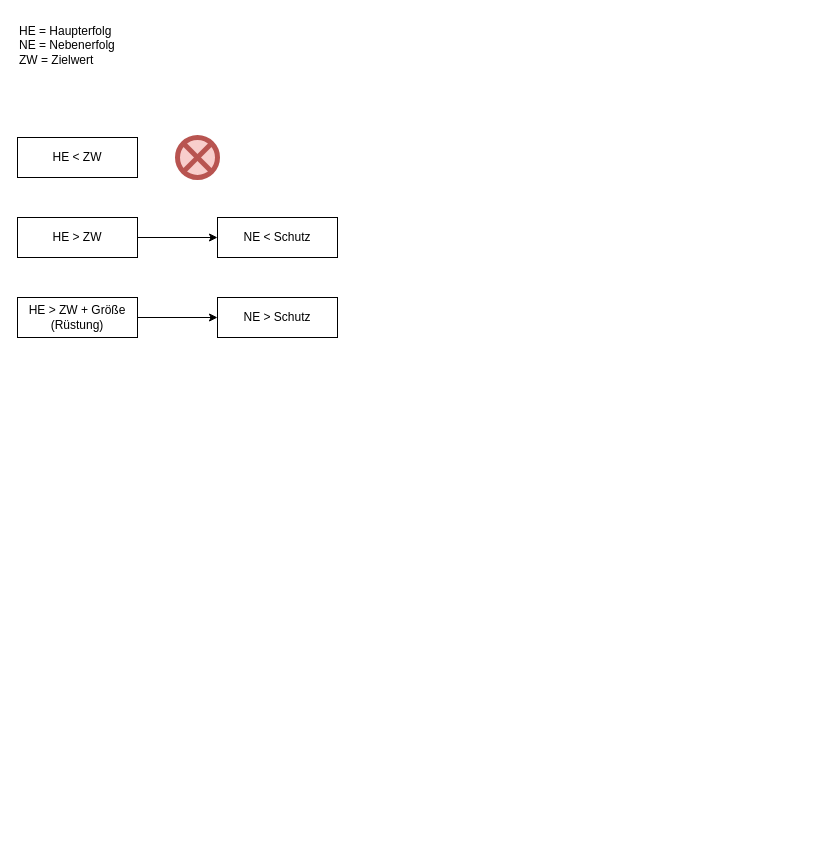
This is ds_damage_diagram.drawio from MalphasDev/diagrams, a draw.io file, before an edit. Source tidied: cells renumbered, new cells numbered last; positions are measured from the earlier drawing's top-left corner, leaving out a move shared by most shapes. Both pictures are drawn from the tidied source at 100%, with x=0, y=0 at pixel (17, 17).
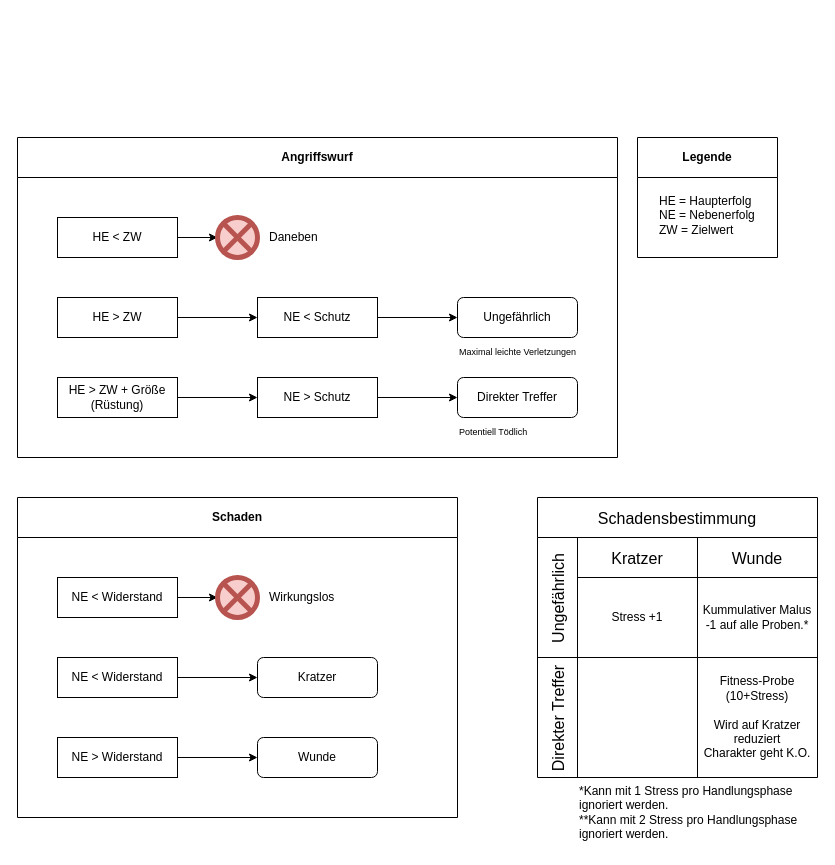
Above is the later version.

The edit, as a diff of the source:
```diff
@@
+    <mxCell id="11" value="&lt;div&gt;Angriffswurf&lt;/div&gt;" style="swimlane;whiteSpace=wrap;html=1;startSize=40;" parent="1" vertex="1">
+      <mxGeometry y="120" width="600" height="320" as="geometry" />
+    </mxCell>
+    <mxCell id="12" style="edgeStyle=orthogonalEdgeStyle;rounded=0;jettySize=auto;html=1;exitX=1;exitY=0.5;exitDx=0;exitDy=0;entryX=0;entryY=0.5;entryDx=0;entryDy=0;" parent="11" edge="1" source="2" target="13">
+      <mxGeometry relative="1" as="geometry" />
+    </mxCell>
-    <mxCell id="2" value="HE &amp;lt; ZW" style="rounded=0;whiteSpace=wrap;html=1;" parent="1" vertex="1">
-      <mxGeometry y="120" width="120" height="40" as="geometry" />
+    <mxCell id="2" value="HE &amp;lt; ZW" style="rounded=0;whiteSpace=wrap;html=1;" parent="11" vertex="1">
+      <mxGeometry x="40" y="80" width="120" height="40" as="geometry" />
     </mxCell>
-    <mxCell id="3" style="edgeStyle=orthogonalEdgeStyle;rounded=0;jettySize=auto;html=1;exitX=1;exitY=0.5;exitDx=0;exitDy=0;" parent="1" edge="1" source="4" target="9">
+    <mxCell id="3" style="edgeStyle=orthogonalEdgeStyle;rounded=0;jettySize=auto;html=1;exitX=1;exitY=0.5;exitDx=0;exitDy=0;" parent="11" edge="1" source="4" target="9">
       <mxGeometry relative="1" as="geometry" />
     </mxCell>
-    <mxCell id="4" value="HE &amp;gt; ZW" style="rounded=0;whiteSpace=wrap;html=1;" parent="1" vertex="1">
-      <mxGeometry y="200" width="120" height="40" as="geometry" />
+    <mxCell id="4" value="HE &amp;gt; ZW" style="rounded=0;whiteSpace=wrap;html=1;" parent="11" vertex="1">
+      <mxGeometry x="40" y="160" width="120" height="40" as="geometry" />
     </mxCell>
-    <mxCell id="5" style="edgeStyle=orthogonalEdgeStyle;rounded=0;jettySize=auto;html=1;exitX=1;exitY=0.5;exitDx=0;exitDy=0;" parent="1" edge="1" source="6" target="10">
+    <mxCell id="5" style="edgeStyle=orthogonalEdgeStyle;rounded=0;jettySize=auto;html=1;exitX=1;exitY=0.5;exitDx=0;exitDy=0;" parent="11" edge="1" source="6" target="10">
       <mxGeometry relative="1" as="geometry" />
     </mxCell>
-    <mxCell id="6" value="HE &amp;gt; ZW + Größe (Rüstung)" style="rounded=0;whiteSpace=wrap;html=1;" parent="1" vertex="1">
-      <mxGeometry y="280" width="120" height="40" as="geometry" />
+    <mxCell id="6" value="HE &amp;gt; ZW + Größe (Rüstung)" style="rounded=0;whiteSpace=wrap;html=1;" parent="11" vertex="1">
+      <mxGeometry x="40" y="240" width="120" height="40" as="geometry" />
     </mxCell>
+    <mxCell id="13" style="shape=sumEllipse;perimeter=ellipsePerimeter;whiteSpace=wrap;html=1;backgroundOutline=1;noLabel=1;fillColor=#f8cecc;strokeColor=#B85450;strokeWidth=5;" parent="11" vertex="1">
+      <mxGeometry x="200" y="80" width="40" height="40" as="geometry" />
+    </mxCell>
+    <mxCell id="14" style="edgeStyle=orthogonalEdgeStyle;rounded=0;jettySize=auto;html=1;exitX=1;exitY=0.5;exitDx=0;exitDy=0;entryX=0;entryY=0.5;entryDx=0;entryDy=0;" parent="11" edge="1" source="9" target="16">
+      <mxGeometry relative="1" as="geometry" />
+    </mxCell>
+    <mxCell id="9" value="NE &amp;lt; Schutz" style="rounded=0;whiteSpace=wrap;html=1;" parent="11" vertex="1">
+      <mxGeometry x="240" y="160" width="120" height="40" as="geometry" />
+    </mxCell>
+    <mxCell id="15" style="edgeStyle=orthogonalEdgeStyle;rounded=0;jettySize=auto;html=1;exitX=1;exitY=0.5;exitDx=0;exitDy=0;entryX=0;entryY=0.5;entryDx=0;entryDy=0;" parent="11" edge="1" source="10" target="17">
+      <mxGeometry relative="1" as="geometry" />
+    </mxCell>
+    <mxCell id="10" value="NE &amp;gt; Schutz" style="rounded=0;whiteSpace=wrap;html=1;" parent="11" vertex="1">
+      <mxGeometry x="240" y="240" width="120" height="40" as="geometry" />
+    </mxCell>
+    <mxCell id="16" value="Ungefährlich" style="rounded=1;whiteSpace=wrap;html=1;" parent="11" vertex="1">
+      <mxGeometry x="440" y="160" width="120" height="40" as="geometry" />
+    </mxCell>
+    <mxCell id="17" value="Direkter Treffer" style="rounded=1;whiteSpace=wrap;html=1;" parent="11" vertex="1">
+      <mxGeometry x="440" y="240" width="120" height="40" as="geometry" />
+    </mxCell>
+    <mxCell id="18" value="Daneben" style="text;html=1;align=left;verticalAlign=middle;whiteSpace=wrap;rounded=0;" parent="11" vertex="1">
+      <mxGeometry x="250" y="80" width="80" height="40" as="geometry" />
+    </mxCell>
+    <mxCell id="19" value="&lt;font style=&quot;font-size: 9px;&quot;&gt;Maximal leichte Verletzungen&lt;/font&gt;" style="text;html=1;align=left;verticalAlign=top;whiteSpace=wrap;rounded=0;" parent="11" vertex="1">
+      <mxGeometry x="440" y="200" width="120" height="40" as="geometry" />
+    </mxCell>
+    <mxCell id="20" value="&lt;font style=&quot;font-size: 9px;&quot;&gt;Potentiell Tödlich&lt;/font&gt;" style="text;html=1;align=left;verticalAlign=top;whiteSpace=wrap;rounded=0;" parent="11" vertex="1">
+      <mxGeometry x="440" y="280" width="120" height="40" as="geometry" />
+    </mxCell>
+    <mxCell id="21" value="Schaden" style="swimlane;whiteSpace=wrap;html=1;startSize=40;" parent="1" vertex="1">
+      <mxGeometry y="480" width="440" height="320" as="geometry" />
+    </mxCell>
+    <mxCell id="22" style="edgeStyle=orthogonalEdgeStyle;rounded=0;jettySize=auto;html=1;exitX=1;exitY=0.5;exitDx=0;exitDy=0;entryX=0;entryY=0.5;entryDx=0;entryDy=0;" parent="21" edge="1" source="23" target="24">
+      <mxGeometry relative="1" as="geometry" />
+    </mxCell>
+    <mxCell id="23" value="NE &amp;lt; Widerstand" style="rounded=0;whiteSpace=wrap;html=1;" parent="21" vertex="1">
+      <mxGeometry x="40" y="80" width="120" height="40" as="geometry" />
+    </mxCell>
+    <mxCell id="24" style="shape=sumEllipse;perimeter=ellipsePerimeter;whiteSpace=wrap;html=1;backgroundOutline=1;noLabel=1;fillColor=#f8cecc;strokeColor=#B85450;strokeWidth=5;" parent="21" vertex="1">
+      <mxGeometry x="200" y="80" width="40" height="40" as="geometry" />
+    </mxCell>
+    <mxCell id="25" style="edgeStyle=orthogonalEdgeStyle;rounded=0;jettySize=auto;html=1;exitX=1;exitY=0.5;exitDx=0;exitDy=0;entryX=0;entryY=0.5;entryDx=0;entryDy=0;" parent="21" edge="1" source="26" target="29">
+      <mxGeometry relative="1" as="geometry" />
+    </mxCell>
+    <mxCell id="26" value="NE &amp;lt; Widerstand" style="rounded=0;whiteSpace=wrap;html=1;" parent="21" vertex="1">
+      <mxGeometry x="40" y="160" width="120" height="40" as="geometry" />
+    </mxCell>
+    <mxCell id="27" style="edgeStyle=orthogonalEdgeStyle;rounded=0;jettySize=auto;html=1;exitX=1;exitY=0.5;exitDx=0;exitDy=0;entryX=0;entryY=0.5;entryDx=0;entryDy=0;" parent="21" edge="1" source="28" target="30">
+      <mxGeometry relative="1" as="geometry" />
+    </mxCell>
+    <mxCell id="28" value="NE &amp;gt; Widerstand" style="rounded=0;whiteSpace=wrap;html=1;" parent="21" vertex="1">
+      <mxGeometry x="40" y="240" width="120" height="40" as="geometry" />
+    </mxCell>
+    <mxCell id="29" value="Kratzer" style="rounded=1;whiteSpace=wrap;html=1;" parent="21" vertex="1">
+      <mxGeometry x="240" y="160" width="120" height="40" as="geometry" />
+    </mxCell>
+    <mxCell id="30" value="Wunde" style="rounded=1;whiteSpace=wrap;html=1;" parent="21" vertex="1">
+      <mxGeometry x="240" y="240" width="120" height="40" as="geometry" />
+    </mxCell>
+    <mxCell id="31" value="Wirkungslos" style="text;html=1;align=left;verticalAlign=middle;whiteSpace=wrap;rounded=0;" parent="21" vertex="1">
+      <mxGeometry x="250" y="80" width="80" height="40" as="geometry" />
+    </mxCell>
+    <mxCell id="32" value="Legende" style="swimlane;whiteSpace=wrap;html=1;startSize=40;" parent="1" vertex="1">
+      <mxGeometry x="620" y="120" width="140" height="120" as="geometry" />
+    </mxCell>
-    <mxCell id="7" value="&lt;div&gt;HE = Haupterfolg&lt;/div&gt;&lt;div&gt;NE = Nebenerfolg&lt;/div&gt;&lt;div&gt;ZW = Zielwert&lt;/div&gt;" style="text;html=1;align=left;verticalAlign=top;whiteSpace=wrap;rounded=0;" parent="1" vertex="1">
-      <mxGeometry width="360" height="80" as="geometry" />
+    <mxCell id="7" value="&lt;div&gt;HE = Haupterfolg&lt;/div&gt;&lt;div&gt;NE = Nebenerfolg&lt;/div&gt;&lt;div&gt;ZW = Zielwert&lt;/div&gt;" style="text;html=1;align=left;verticalAlign=top;whiteSpace=wrap;rounded=0;" parent="32" vertex="1">
+      <mxGeometry x="20" y="50" width="100" height="70" as="geometry" />
     </mxCell>
-    <mxCell id="8" style="shape=sumEllipse;perimeter=ellipsePerimeter;whiteSpace=wrap;html=1;backgroundOutline=1;noLabel=1;fillColor=#f8cecc;strokeColor=#B85450;strokeWidth=5;" parent="1" vertex="1">
-      <mxGeometry x="160" y="120" width="40" height="40" as="geometry" />
-    </mxCell>
-    <mxCell id="9" value="NE &amp;lt; Schutz" style="rounded=0;whiteSpace=wrap;html=1;" parent="1" vertex="1">
-      <mxGeometry x="200" y="200" width="120" height="40" as="geometry" />
-    </mxCell>
-    <mxCell id="10" value="NE &amp;gt; Schutz" style="rounded=0;whiteSpace=wrap;html=1;" parent="1" vertex="1">
-      <mxGeometry x="200" y="280" width="120" height="40" as="geometry" />
-    </mxCell>
+    <mxCell id="33" value="Schadensbestimmung" style="shape=table;childLayout=tableLayout;startSize=40;fontSize=16;" parent="1" vertex="1">
+      <mxGeometry x="520" y="480" width="280" height="280" as="geometry" />
+    </mxCell>
+    <mxCell id="34" value="Ungefährlich" style="shape=tableRow;horizontal=0;swimlaneHead=0;swimlaneBody=0;top=0;left=0;strokeColor=inherit;bottom=0;right=0;fontStyle=0;fillColor=none;startSize=40;fontSize=16;" parent="33" vertex="1">
+      <mxGeometry y="40" width="280" height="120" as="geometry" />
+    </mxCell>
+    <mxCell id="35" value="Kratzer" style="swimlane;swimlaneHead=0;swimlaneBody=0;fontStyle=0;strokeColor=inherit;fillColor=none;startSize=40;fontSize=16;" parent="34" vertex="1">
+      <mxGeometry x="40" width="120" height="120" as="geometry" />
+    </mxCell>
+    <mxCell id="36" value="Stress +1" style="text;html=1;align=center;verticalAlign=middle;whiteSpace=wrap;rounded=0;" parent="35" vertex="1">
+      <mxGeometry y="40" width="120" height="80" as="geometry" />
+    </mxCell>
+    <mxCell id="37" value="Wunde" style="swimlane;swimlaneHead=0;swimlaneBody=0;fontStyle=0;strokeColor=inherit;fillColor=none;startSize=40;fontSize=16;" parent="34" vertex="1">
+      <mxGeometry x="160" width="120" height="120" as="geometry" />
+    </mxCell>
+    <mxCell id="38" value="Kummulativer Malus -1 auf alle Proben.*" style="text;html=1;align=center;verticalAlign=middle;whiteSpace=wrap;rounded=0;" parent="37" vertex="1">
+      <mxGeometry y="40" width="120" height="80" as="geometry" />
+    </mxCell>
+    <mxCell id="39" value="Direkter Treffer" style="shape=tableRow;horizontal=0;swimlaneHead=0;swimlaneBody=0;top=0;left=0;strokeColor=inherit;bottom=0;right=0;fontStyle=0;fillColor=none;startSize=40;fontSize=16;" parent="33" vertex="1">
+      <mxGeometry y="160" width="280" height="120" as="geometry" />
+    </mxCell>
+    <mxCell id="40" style="swimlane;swimlaneHead=0;swimlaneBody=0;fontStyle=0;strokeColor=inherit;fillColor=none;startSize=0;fontSize=16;" parent="39" vertex="1">
+      <mxGeometry x="40" width="120" height="120" as="geometry" />
+    </mxCell>
+    <mxCell id="41" style="swimlane;swimlaneHead=0;swimlaneBody=0;fontStyle=0;strokeColor=inherit;fillColor=none;startSize=0;fontSize=16;" parent="39" vertex="1">
+      <mxGeometry x="160" width="120" height="120" as="geometry" />
+    </mxCell>
+    <mxCell id="42" value="&lt;div&gt;Fitness-Probe (10+Stress)&lt;/div&gt;&lt;div&gt;&amp;nbsp;&lt;br&gt;&lt;/div&gt;&lt;div&gt;&lt;span style=&quot;background-color: light-dark(rgb(255, 255, 255), rgb(0, 51, 0));&quot;&gt;Wird auf Kratzer reduziert&lt;/span&gt;&lt;/div&gt;&lt;div&gt;&lt;span style=&quot;background-color: light-dark(rgb(255, 255, 255), rgb(51, 0, 0));&quot;&gt;Charakter geht K.O.&lt;/span&gt;&lt;/div&gt;" style="text;html=1;align=center;verticalAlign=middle;whiteSpace=wrap;rounded=0;" parent="41" vertex="1">
+      <mxGeometry width="120" height="120" as="geometry" />
+    </mxCell>
+    <mxCell id="43" value="&lt;div&gt;*Kann mit 1 Stress pro Handlungsphase ignoriert werden.&lt;/div&gt;&lt;div&gt;**Kann mit 2 Stress pro Handlungsphase ignoriert werden.&lt;/div&gt;" style="text;html=1;align=left;verticalAlign=top;whiteSpace=wrap;rounded=0;" parent="1" vertex="1">
+      <mxGeometry x="560" y="760" width="240" height="70" as="geometry" />
+    </mxCell>
```
